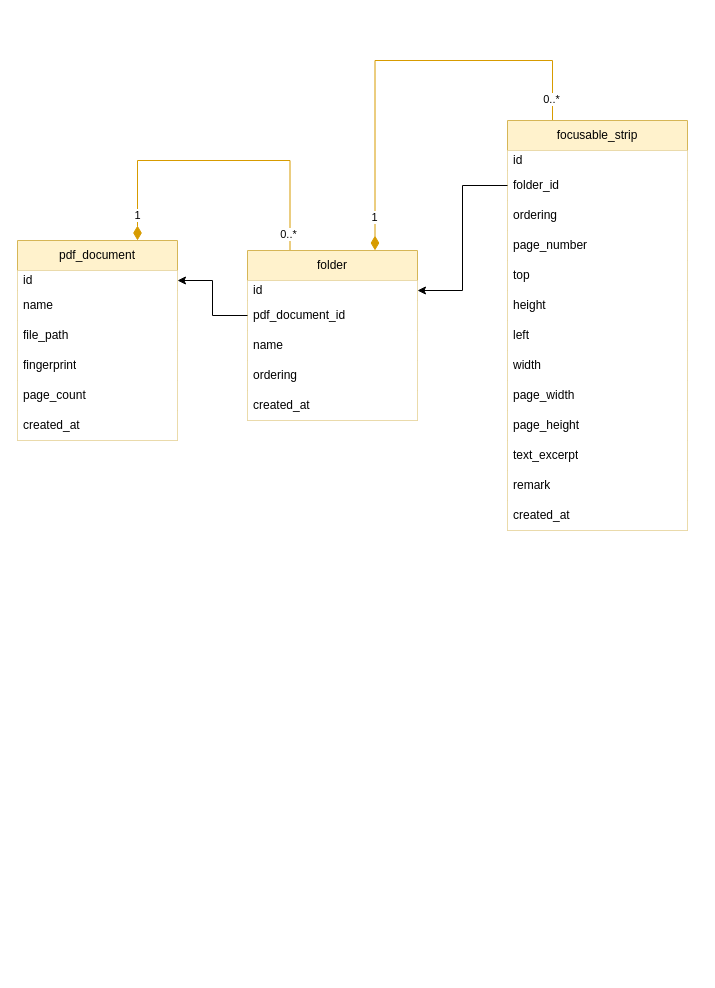
Earlier version of the draw.io diagram backend/prisma/draw.io/schema.drawio (machingclee/focusable-pdf-reader). Source tidied: cells renumbered, new cells numbered last; positions are measured from the earlier drawing's top-left corner, leaving out a move shared by most shapes. Both pictures are drawn from the tidied source at 100%, with x=0, y=0 at pixel (17, 60).
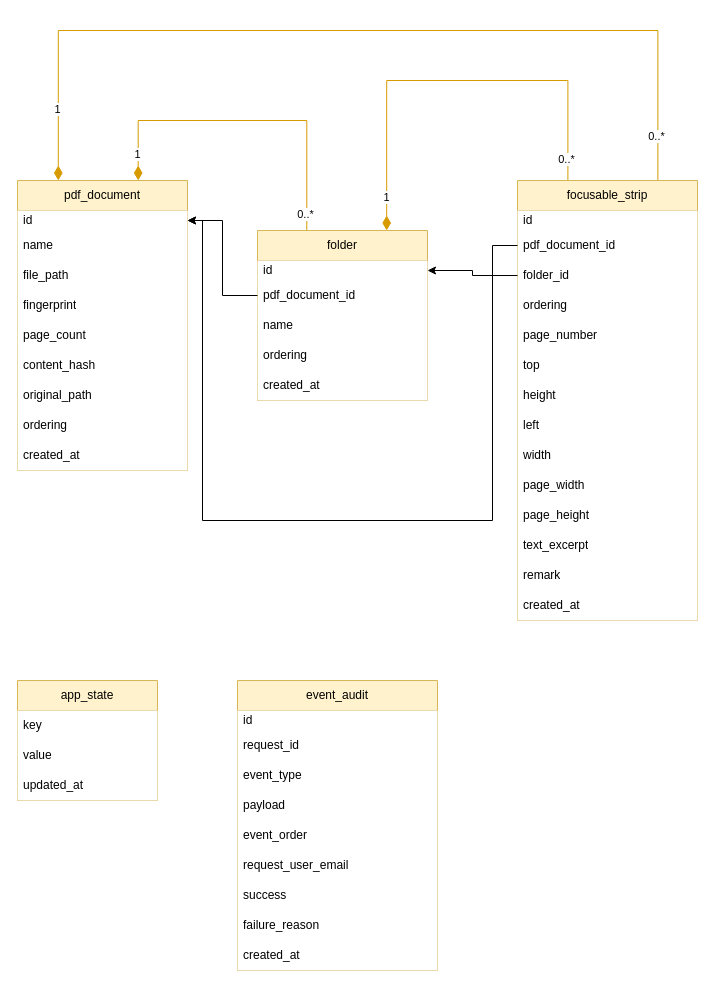
The same diagram, later.

Unchanged cells that the change refers to:
```xml
<mxCell id="16" value="id" style="text;align=left;verticalAlign=middle;spacingLeft=4;spacingRight=4;overflow=hidden;points=[[0,0.5],[1,0.5]];portConstraint=eastwest;whiteSpace=wrap;html=1;fillColor=default;" parent="15" vertex="1">
  <mxGeometry y="30" width="170" height="20" as="geometry" />
</mxCell>
<mxCell id="17" value="pdf_document_id" style="text;align=left;verticalAlign=middle;spacingLeft=4;spacingRight=4;overflow=hidden;points=[[0,0.5],[1,0.5]];portConstraint=eastwest;whiteSpace=wrap;html=1;fillColor=default;" parent="15" vertex="1">
  <mxGeometry y="50" width="170" height="30" as="geometry" />
</mxCell>
```

The edit, as a diff of the source:
```diff
@@
-    <mxCell id="2" style="edgeStyle=orthogonalEdgeStyle;rounded=0;jettySize=auto;html=1;exitX=0.75;exitY=0;exitDx=0;exitDy=0;entryX=0.25;entryY=0;entryDx=0;entryDy=0;fillColor=#ffe6cc;strokeColor=#d79b00;startArrow=diamondThin;startFill=1;startSize=12;endArrow=none;endFill=0;" parent="1" edge="1" source="8" target="15">
+    <mxCell id="2" style="edgeStyle=orthogonalEdgeStyle;rounded=0;jettySize=auto;html=1;exitX=0.71;exitY=0;exitDx=0;exitDy=0;entryX=0.29;entryY=0;entryDx=0;entryDy=0;fillColor=#ffe6cc;strokeColor=#d79b00;startArrow=diamondThin;startFill=1;startSize=12;endArrow=none;endFill=0;" parent="1" edge="1" source="8" target="15">
       <mxGeometry relative="1" as="geometry">
         <Array as="points">
-          <mxPoint x="120" y="100" />
-          <mxPoint x="272" y="100" />
+          <mxPoint x="120" y="60" />
+          <mxPoint x="290" y="60" />
         </Array>
       </mxGeometry>
     </mxCell>
@@
+    <mxCell id="37" style="edgeStyle=orthogonalEdgeStyle;rounded=0;jettySize=auto;html=1;exitX=0.24;exitY=0;exitDx=0;exitDy=0;entryX=0.78;entryY=0;entryDx=0;entryDy=0;fillColor=#ffe6cc;strokeColor=#d79b00;startArrow=diamondThin;startFill=1;startSize=12;endArrow=none;endFill=0;" parent="1" edge="1" source="8" target="21">
+      <mxGeometry relative="1" as="geometry">
+        <Array as="points">
+          <mxPoint x="40" y="-30" />
+          <mxPoint x="640" y="-30" />
+        </Array>
+      </mxGeometry>
+    </mxCell>
+    <mxCell id="38" value="1" style="edgeLabel;html=1;align=center;verticalAlign=middle;" parent="37" vertex="1">
+      <mxGeometry x="-0.84" y="1" relative="1" as="geometry" />
+    </mxCell>
+    <mxCell id="39" value="0..*" style="edgeLabel;html=1;align=center;verticalAlign=middle;" parent="37" vertex="1">
+      <mxGeometry x="0.9" y="-2" relative="1" as="geometry" />
+    </mxCell>
-    <mxCell id="5" style="edgeStyle=orthogonalEdgeStyle;rounded=0;jettySize=auto;html=1;exitX=0.75;exitY=0;exitDx=0;exitDy=0;entryX=0.25;entryY=0;entryDx=0;entryDy=0;fillColor=#ffe6cc;strokeColor=#d79b00;startArrow=diamondThin;startFill=1;startSize=12;endArrow=none;endFill=0;" parent="1" edge="1" source="15" target="21">
+    <mxCell id="5" style="edgeStyle=orthogonalEdgeStyle;rounded=0;jettySize=auto;html=1;exitX=0.76;exitY=0;exitDx=0;exitDy=0;entryX=0.28;entryY=0;entryDx=0;entryDy=0;fillColor=#ffe6cc;strokeColor=#d79b00;startArrow=diamondThin;startFill=1;startSize=12;endArrow=none;endFill=0;" parent="1" edge="1" source="15" target="21">
       <mxGeometry relative="1" as="geometry">
         <Array as="points">
-          <mxPoint x="358" />
-          <mxPoint x="535" />
+          <mxPoint x="370" y="20" />
+          <mxPoint x="550" y="20" />
         </Array>
       </mxGeometry>
     </mxCell>
@@
     <mxCell id="8" value="pdf_document" style="swimlane;fontStyle=0;horizontal=1;startSize=30;whiteSpace=wrap;html=1;fillColor=#fff2cc;strokeColor=#d6b656;" parent="1" vertex="1">
-      <mxGeometry y="180" width="160" height="200" as="geometry" />
+      <mxGeometry y="120" width="170" height="290" as="geometry" />
     </mxCell>
     <mxCell id="9" value="id" style="text;align=left;verticalAlign=middle;spacingLeft=4;spacingRight=4;overflow=hidden;points=[[0,0.5],[1,0.5]];portConstraint=eastwest;whiteSpace=wrap;html=1;fillColor=default;" parent="8" vertex="1">
-      <mxGeometry y="30" width="160" height="20" as="geometry" />
+      <mxGeometry y="30" width="170" height="20" as="geometry" />
     </mxCell>
     <mxCell id="10" value="name" style="text;align=left;verticalAlign=middle;spacingLeft=4;spacingRight=4;overflow=hidden;whiteSpace=wrap;html=1;fillColor=default;" parent="8" vertex="1">
-      <mxGeometry y="50" width="160" height="30" as="geometry" />
+      <mxGeometry y="50" width="170" height="30" as="geometry" />
     </mxCell>
     <mxCell id="11" value="file_path" style="text;align=left;verticalAlign=middle;spacingLeft=4;spacingRight=4;overflow=hidden;whiteSpace=wrap;html=1;fillColor=default;" parent="8" vertex="1">
-      <mxGeometry y="80" width="160" height="30" as="geometry" />
+      <mxGeometry y="80" width="170" height="30" as="geometry" />
     </mxCell>
     <mxCell id="12" value="fingerprint" style="text;align=left;verticalAlign=middle;spacingLeft=4;spacingRight=4;overflow=hidden;whiteSpace=wrap;html=1;fillColor=default;" parent="8" vertex="1">
-      <mxGeometry y="110" width="160" height="30" as="geometry" />
+      <mxGeometry y="110" width="170" height="30" as="geometry" />
     </mxCell>
     <mxCell id="13" value="page_count" style="text;align=left;verticalAlign=middle;spacingLeft=4;spacingRight=4;overflow=hidden;whiteSpace=wrap;html=1;fillColor=default;" parent="8" vertex="1">
-      <mxGeometry y="140" width="160" height="30" as="geometry" />
+      <mxGeometry y="140" width="170" height="30" as="geometry" />
     </mxCell>
+    <mxCell id="40" value="content_hash" style="text;align=left;verticalAlign=middle;spacingLeft=4;spacingRight=4;overflow=hidden;whiteSpace=wrap;html=1;fillColor=default;" parent="8" vertex="1">
+      <mxGeometry y="170" width="170" height="30" as="geometry" />
+    </mxCell>
+    <mxCell id="41" value="original_path" style="text;align=left;verticalAlign=middle;spacingLeft=4;spacingRight=4;overflow=hidden;whiteSpace=wrap;html=1;fillColor=default;" parent="8" vertex="1">
+      <mxGeometry y="200" width="170" height="30" as="geometry" />
+    </mxCell>
+    <mxCell id="42" value="ordering" style="text;align=left;verticalAlign=middle;spacingLeft=4;spacingRight=4;overflow=hidden;whiteSpace=wrap;html=1;fillColor=default;" parent="8" vertex="1">
+      <mxGeometry y="230" width="170" height="30" as="geometry" />
+    </mxCell>
     <mxCell id="14" value="created_at" style="text;align=left;verticalAlign=middle;spacingLeft=4;spacingRight=4;overflow=hidden;whiteSpace=wrap;html=1;fillColor=default;" parent="8" vertex="1">
-      <mxGeometry y="170" width="160" height="30" as="geometry" />
+      <mxGeometry y="260" width="170" height="30" as="geometry" />
     </mxCell>
     <mxCell id="15" value="folder" style="swimlane;fontStyle=0;horizontal=1;startSize=30;whiteSpace=wrap;html=1;fillColor=#fff2cc;strokeColor=#d6b656;" parent="1" vertex="1">
-      <mxGeometry x="230" y="190" width="170" height="170" as="geometry" />
+      <mxGeometry x="240" y="170" width="170" height="170" as="geometry" />
     </mxCell>
@@
     <mxCell id="21" value="focusable_strip" style="swimlane;fontStyle=0;horizontal=1;startSize=30;whiteSpace=wrap;html=1;fillColor=#fff2cc;strokeColor=#d6b656;" parent="1" vertex="1">
-      <mxGeometry x="490" y="60" width="180" height="410" as="geometry" />
+      <mxGeometry x="500" y="120" width="180" height="440" as="geometry" />
     </mxCell>
@@
+    <mxCell id="43" value="pdf_document_id" style="text;align=left;verticalAlign=middle;spacingLeft=4;spacingRight=4;overflow=hidden;points=[[0,0.5],[1,0.5]];portConstraint=eastwest;whiteSpace=wrap;html=1;fillColor=default;" parent="21" vertex="1">
+      <mxGeometry y="50" width="180" height="30" as="geometry" />
+    </mxCell>
     <mxCell id="23" value="folder_id" style="text;align=left;verticalAlign=middle;spacingLeft=4;spacingRight=4;overflow=hidden;points=[[0,0.5],[1,0.5]];portConstraint=eastwest;whiteSpace=wrap;html=1;fillColor=default;" parent="21" vertex="1">
-      <mxGeometry y="50" width="180" height="30" as="geometry" />
+      <mxGeometry y="80" width="180" height="30" as="geometry" />
     </mxCell>
     <mxCell id="24" value="ordering" style="text;align=left;verticalAlign=middle;spacingLeft=4;spacingRight=4;overflow=hidden;whiteSpace=wrap;html=1;fillColor=default;" parent="21" vertex="1">
-      <mxGeometry y="80" width="180" height="30" as="geometry" />
+      <mxGeometry y="110" width="180" height="30" as="geometry" />
     </mxCell>
     <mxCell id="25" value="page_number" style="text;align=left;verticalAlign=middle;spacingLeft=4;spacingRight=4;overflow=hidden;whiteSpace=wrap;html=1;fillColor=default;" parent="21" vertex="1">
-      <mxGeometry y="110" width="180" height="30" as="geometry" />
+      <mxGeometry y="140" width="180" height="30" as="geometry" />
     </mxCell>
     <mxCell id="26" value="top" style="text;align=left;verticalAlign=middle;spacingLeft=4;spacingRight=4;overflow=hidden;whiteSpace=wrap;html=1;fillColor=default;" parent="21" vertex="1">
-      <mxGeometry y="140" width="180" height="30" as="geometry" />
+      <mxGeometry y="170" width="180" height="30" as="geometry" />
     </mxCell>
     <mxCell id="27" value="height" style="text;align=left;verticalAlign=middle;spacingLeft=4;spacingRight=4;overflow=hidden;whiteSpace=wrap;html=1;fillColor=default;" parent="21" vertex="1">
-      <mxGeometry y="170" width="180" height="30" as="geometry" />
+      <mxGeometry y="200" width="180" height="30" as="geometry" />
     </mxCell>
     <mxCell id="28" value="left" style="text;align=left;verticalAlign=middle;spacingLeft=4;spacingRight=4;overflow=hidden;whiteSpace=wrap;html=1;fillColor=default;" parent="21" vertex="1">
-      <mxGeometry y="200" width="180" height="30" as="geometry" />
+      <mxGeometry y="230" width="180" height="30" as="geometry" />
     </mxCell>
     <mxCell id="29" value="width" style="text;align=left;verticalAlign=middle;spacingLeft=4;spacingRight=4;overflow=hidden;whiteSpace=wrap;html=1;fillColor=default;" parent="21" vertex="1">
-      <mxGeometry y="230" width="180" height="30" as="geometry" />
+      <mxGeometry y="260" width="180" height="30" as="geometry" />
     </mxCell>
     <mxCell id="30" value="page_width" style="text;align=left;verticalAlign=middle;spacingLeft=4;spacingRight=4;overflow=hidden;whiteSpace=wrap;html=1;fillColor=default;" parent="21" vertex="1">
-      <mxGeometry y="260" width="180" height="30" as="geometry" />
+      <mxGeometry y="290" width="180" height="30" as="geometry" />
     </mxCell>
     <mxCell id="31" value="page_height" style="text;align=left;verticalAlign=middle;spacingLeft=4;spacingRight=4;overflow=hidden;whiteSpace=wrap;html=1;fillColor=default;" parent="21" vertex="1">
-      <mxGeometry y="290" width="180" height="30" as="geometry" />
+      <mxGeometry y="320" width="180" height="30" as="geometry" />
     </mxCell>
     <mxCell id="32" value="text_excerpt" style="text;align=left;verticalAlign=middle;spacingLeft=4;spacingRight=4;overflow=hidden;whiteSpace=wrap;html=1;fillColor=default;" parent="21" vertex="1">
-      <mxGeometry y="320" width="180" height="30" as="geometry" />
+      <mxGeometry y="350" width="180" height="30" as="geometry" />
     </mxCell>
     <mxCell id="33" value="remark" style="text;align=left;verticalAlign=middle;spacingLeft=4;spacingRight=4;overflow=hidden;whiteSpace=wrap;html=1;fillColor=default;" parent="21" vertex="1">
-      <mxGeometry y="350" width="180" height="30" as="geometry" />
+      <mxGeometry y="380" width="180" height="30" as="geometry" />
     </mxCell>
     <mxCell id="34" value="created_at" style="text;align=left;verticalAlign=middle;spacingLeft=4;spacingRight=4;overflow=hidden;whiteSpace=wrap;html=1;fillColor=default;" parent="21" vertex="1">
-      <mxGeometry y="380" width="180" height="30" as="geometry" />
+      <mxGeometry y="410" width="180" height="30" as="geometry" />
     </mxCell>
+    <mxCell id="44" value="app_state" style="swimlane;fontStyle=0;horizontal=1;startSize=30;whiteSpace=wrap;html=1;fillColor=#fff2cc;strokeColor=#d6b656;" parent="1" vertex="1">
+      <mxGeometry y="620" width="140" height="120" as="geometry" />
+    </mxCell>
+    <mxCell id="45" value="key" style="text;align=left;verticalAlign=middle;spacingLeft=4;spacingRight=4;overflow=hidden;whiteSpace=wrap;html=1;fillColor=default;" parent="44" vertex="1">
+      <mxGeometry y="30" width="140" height="30" as="geometry" />
+    </mxCell>
+    <mxCell id="46" value="value" style="text;align=left;verticalAlign=middle;spacingLeft=4;spacingRight=4;overflow=hidden;whiteSpace=wrap;html=1;fillColor=default;" parent="44" vertex="1">
+      <mxGeometry y="60" width="140" height="30" as="geometry" />
+    </mxCell>
+    <mxCell id="47" value="updated_at" style="text;align=left;verticalAlign=middle;spacingLeft=4;spacingRight=4;overflow=hidden;whiteSpace=wrap;html=1;fillColor=default;" parent="44" vertex="1">
+      <mxGeometry y="90" width="140" height="30" as="geometry" />
+    </mxCell>
+    <mxCell id="48" value="event_audit" style="swimlane;fontStyle=0;horizontal=1;startSize=30;whiteSpace=wrap;html=1;fillColor=#fff2cc;strokeColor=#d6b656;" parent="1" vertex="1">
+      <mxGeometry x="220" y="620" width="200" height="290" as="geometry" />
+    </mxCell>
+    <mxCell id="49" value="id" style="text;align=left;verticalAlign=middle;spacingLeft=4;spacingRight=4;overflow=hidden;whiteSpace=wrap;html=1;fillColor=default;" parent="48" vertex="1">
+      <mxGeometry y="30" width="200" height="20" as="geometry" />
+    </mxCell>
+    <mxCell id="50" value="request_id" style="text;align=left;verticalAlign=middle;spacingLeft=4;spacingRight=4;overflow=hidden;whiteSpace=wrap;html=1;fillColor=default;" parent="48" vertex="1">
+      <mxGeometry y="50" width="200" height="30" as="geometry" />
+    </mxCell>
+    <mxCell id="51" value="event_type" style="text;align=left;verticalAlign=middle;spacingLeft=4;spacingRight=4;overflow=hidden;whiteSpace=wrap;html=1;fillColor=default;" parent="48" vertex="1">
+      <mxGeometry y="80" width="200" height="30" as="geometry" />
+    </mxCell>
+    <mxCell id="52" value="payload" style="text;align=left;verticalAlign=middle;spacingLeft=4;spacingRight=4;overflow=hidden;whiteSpace=wrap;html=1;fillColor=default;" parent="48" vertex="1">
+      <mxGeometry y="110" width="200" height="30" as="geometry" />
+    </mxCell>
+    <mxCell id="53" value="event_order" style="text;align=left;verticalAlign=middle;spacingLeft=4;spacingRight=4;overflow=hidden;whiteSpace=wrap;html=1;fillColor=default;" parent="48" vertex="1">
+      <mxGeometry y="140" width="200" height="30" as="geometry" />
+    </mxCell>
+    <mxCell id="54" value="request_user_email" style="text;align=left;verticalAlign=middle;spacingLeft=4;spacingRight=4;overflow=hidden;whiteSpace=wrap;html=1;fillColor=default;" parent="48" vertex="1">
+      <mxGeometry y="170" width="200" height="30" as="geometry" />
+    </mxCell>
+    <mxCell id="55" value="success" style="text;align=left;verticalAlign=middle;spacingLeft=4;spacingRight=4;overflow=hidden;whiteSpace=wrap;html=1;fillColor=default;" parent="48" vertex="1">
+      <mxGeometry y="200" width="200" height="30" as="geometry" />
+    </mxCell>
+    <mxCell id="56" value="failure_reason" style="text;align=left;verticalAlign=middle;spacingLeft=4;spacingRight=4;overflow=hidden;whiteSpace=wrap;html=1;fillColor=default;" parent="48" vertex="1">
+      <mxGeometry y="230" width="200" height="30" as="geometry" />
+    </mxCell>
+    <mxCell id="57" value="created_at" style="text;align=left;verticalAlign=middle;spacingLeft=4;spacingRight=4;overflow=hidden;whiteSpace=wrap;html=1;fillColor=default;" parent="48" vertex="1">
+      <mxGeometry y="260" width="200" height="30" as="geometry" />
+    </mxCell>
     <mxCell id="35" style="edgeStyle=orthogonalEdgeStyle;rounded=0;jettySize=auto;html=1;exitX=0;exitY=0.5;exitDx=0;exitDy=0;entryX=1;entryY=0.5;entryDx=0;entryDy=0;" parent="1" edge="1" source="17" target="9">
-      <mxGeometry relative="1" as="geometry" />
+      <mxGeometry relative="1" as="geometry">
+        <Array as="points">
+          <mxPoint x="205" y="235" />
+          <mxPoint x="205" y="160" />
+        </Array>
+      </mxGeometry>
     </mxCell>
+    <mxCell id="58" style="edgeStyle=orthogonalEdgeStyle;rounded=0;jettySize=auto;html=1;exitX=0;exitY=0.5;exitDx=0;exitDy=0;entryX=1;entryY=0.5;entryDx=0;entryDy=0;" parent="1" edge="1" source="43" target="9">
+      <mxGeometry relative="1" as="geometry">
+        <Array as="points">
+          <mxPoint x="475" y="185" />
+          <mxPoint x="475" y="460" />
+          <mxPoint x="185" y="460" />
+          <mxPoint x="185" y="160" />
+        </Array>
+      </mxGeometry>
+    </mxCell>
     <mxCell id="36" style="edgeStyle=orthogonalEdgeStyle;rounded=0;jettySize=auto;html=1;exitX=0;exitY=0.5;exitDx=0;exitDy=0;entryX=1;entryY=0.5;entryDx=0;entryDy=0;" parent="1" edge="1" source="23" target="16">
-      <mxGeometry relative="1" as="geometry" />
+      <mxGeometry relative="1" as="geometry">
+        <Array as="points">
+          <mxPoint x="455" y="215" />
+          <mxPoint x="455" y="210" />
+        </Array>
+      </mxGeometry>
     </mxCell>
```
